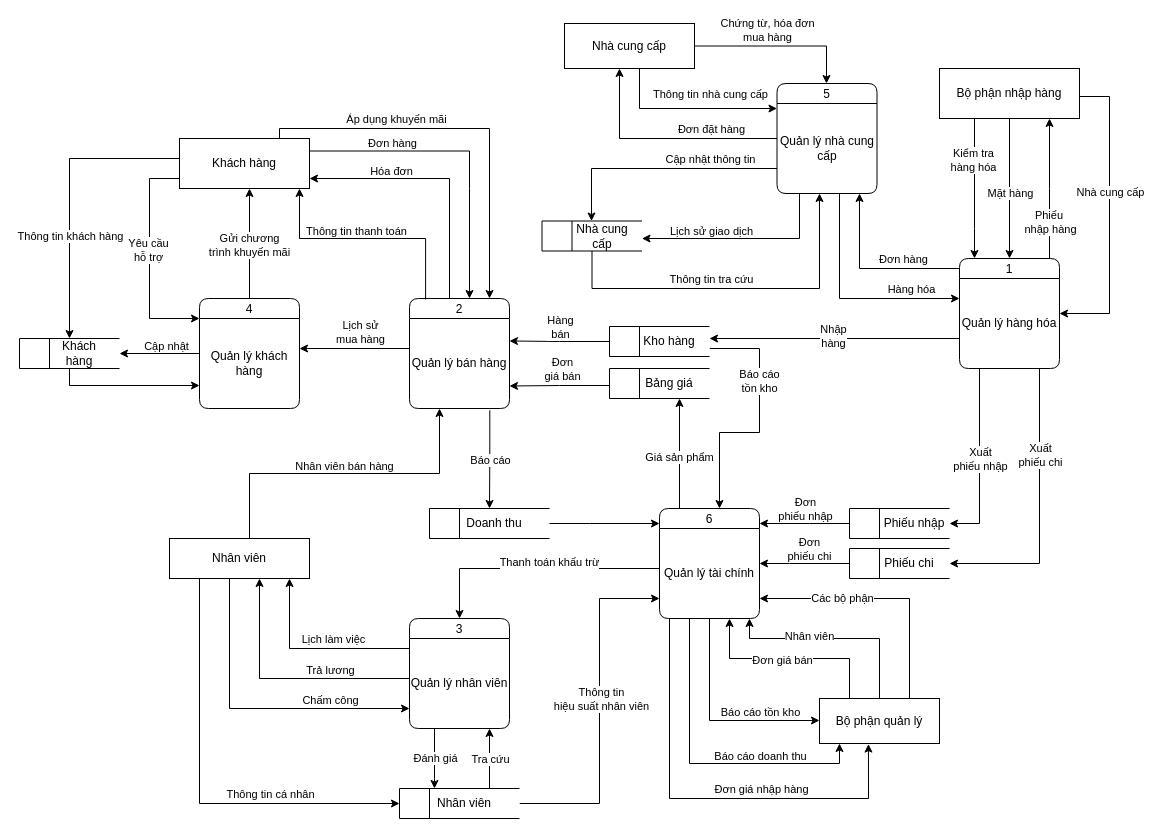
Earlier version of the draw.io diagram DFS dinh.drawio (DatLe328/Phan-tich-thiet-ke-he-thong). Source tidied: cells renumbered, new cells numbered last; positions are measured from the earlier drawing's top-left corner, leaving out a move shared by most shapes. Both pictures are drawn from the tidied source at 100%, with x=0, y=0 at pixel (19, 23).
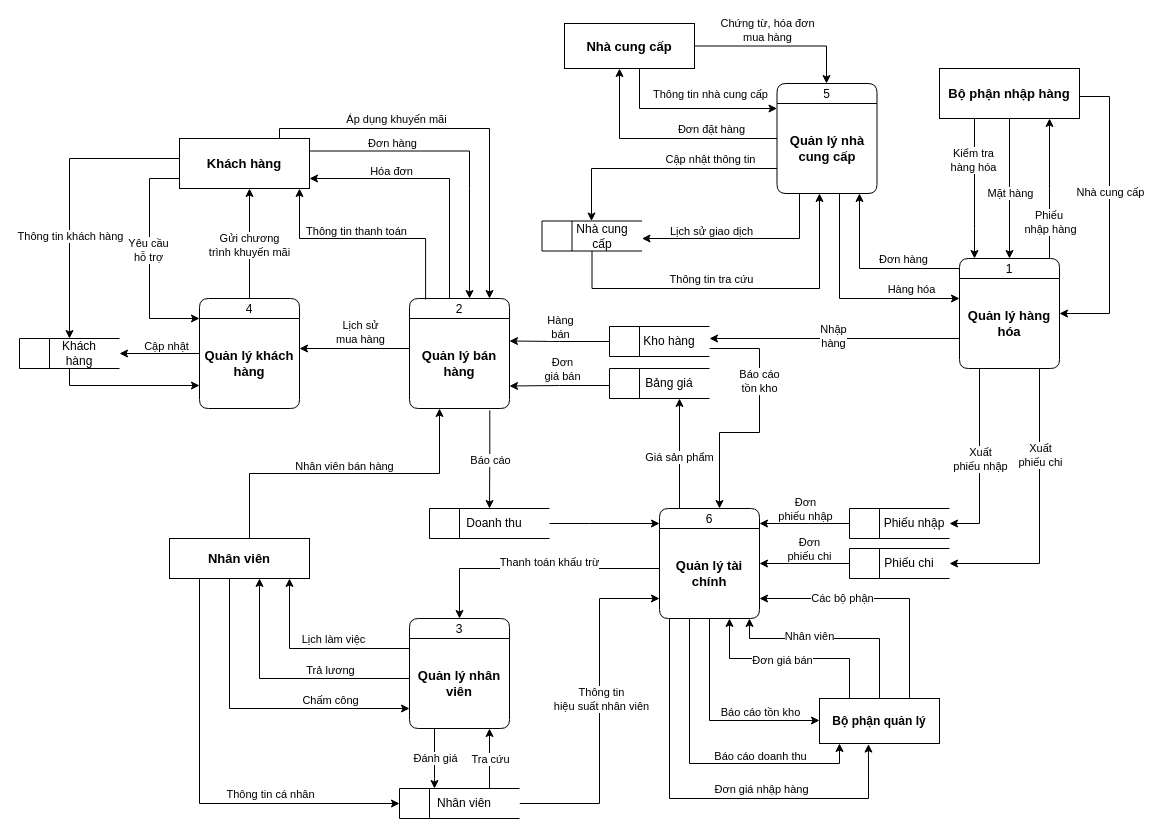
After the change.

Commit message:
Cập nhật DFS dinh.drawio

The change refers to these unchanged cells:
```xml
<mxCell id="2" value="1" style="swimlane;fontStyle=0;horizontal=1;startSize=20;fillColor=#ffffff;swimlaneFillColor=#ffffff;rounded=1;" parent="1" vertex="1">
  <mxGeometry x="940" y="235" width="100" height="110" as="geometry" />
</mxCell>
<mxCell id="6" value="2" style="swimlane;fontStyle=0;horizontal=1;startSize=20;fillColor=#ffffff;swimlaneFillColor=#ffffff;rounded=1;" parent="1" vertex="1">
  <mxGeometry x="390" y="275" width="100" height="110" as="geometry" />
</mxCell>
<mxCell id="8" value="6" style="swimlane;fontStyle=0;horizontal=1;startSize=20;fillColor=#ffffff;swimlaneFillColor=#ffffff;rounded=1;" parent="1" vertex="1">
  <mxGeometry x="640" y="485" width="100" height="110" as="geometry" />
</mxCell>
<mxCell id="12" value="5" style="swimlane;fontStyle=0;horizontal=1;startSize=20;fillColor=#ffffff;swimlaneFillColor=#ffffff;rounded=1;" parent="1" vertex="1">
  <mxGeometry x="757.5" y="60" width="100" height="110" as="geometry" />
</mxCell>
<mxCell id="18" value="4" style="swimlane;fontStyle=0;horizontal=1;startSize=20;fillColor=#ffffff;swimlaneFillColor=#ffffff;rounded=1;" parent="1" vertex="1">
  <mxGeometry x="180" y="275" width="100" height="110" as="geometry" />
</mxCell>
<mxCell id="20" value="3" style="swimlane;fontStyle=0;horizontal=1;startSize=20;fillColor=#ffffff;swimlaneFillColor=#ffffff;rounded=1;" parent="1" vertex="1">
  <mxGeometry x="390" y="595" width="100" height="110" as="geometry" />
</mxCell>
```

What changed in the source:
```diff
@@
-    <mxCell id="3" value="Quản lý hàng hóa" style="text;html=1;align=center;verticalAlign=middle;whiteSpace=wrap;rounded=1;" parent="2" vertex="1">
+    <mxCell id="3" value="&lt;b&gt;&lt;font style=&quot;font-size: 13px;&quot;&gt;Quản lý hàng hóa&lt;/font&gt;&lt;/b&gt;" style="text;html=1;align=center;verticalAlign=middle;whiteSpace=wrap;rounded=1;" parent="2" vertex="1">
       <mxGeometry y="20" width="100" height="90" as="geometry" />
     </mxCell>
@@
-    <mxCell id="7" value="Quản lý bán hàng" style="text;html=1;align=center;verticalAlign=middle;whiteSpace=wrap;rounded=1;" parent="6" vertex="1">
+    <mxCell id="7" value="&lt;b&gt;&lt;font style=&quot;font-size: 13px;&quot;&gt;Quản lý bán hàng&lt;/font&gt;&lt;/b&gt;" style="text;html=1;align=center;verticalAlign=middle;whiteSpace=wrap;rounded=1;" parent="6" vertex="1">
       <mxGeometry y="20" width="100" height="90" as="geometry" />
     </mxCell>
@@
-    <mxCell id="9" value="Quản lý tài chính" style="text;html=1;align=center;verticalAlign=middle;whiteSpace=wrap;rounded=1;" parent="8" vertex="1">
+    <mxCell id="9" value="&lt;b&gt;&lt;font style=&quot;font-size: 13px;&quot;&gt;Quản lý tài chính&lt;/font&gt;&lt;/b&gt;" style="text;html=1;align=center;verticalAlign=middle;whiteSpace=wrap;rounded=1;" parent="8" vertex="1">
       <mxGeometry y="20" width="100" height="90" as="geometry" />
     </mxCell>
@@
-    <mxCell id="13" value="Quản lý nhà cung cấp" style="text;html=1;align=center;verticalAlign=middle;whiteSpace=wrap;rounded=1;" parent="12" vertex="1">
+    <mxCell id="13" value="&lt;b&gt;&lt;font style=&quot;font-size: 13px;&quot;&gt;Quản lý nhà cung cấp&lt;/font&gt;&lt;/b&gt;" style="text;html=1;align=center;verticalAlign=middle;whiteSpace=wrap;rounded=1;" parent="12" vertex="1">
       <mxGeometry y="20" width="100" height="90" as="geometry" />
     </mxCell>
@@
-    <mxCell id="19" value="Quản lý khách hàng" style="text;html=1;align=center;verticalAlign=middle;whiteSpace=wrap;rounded=1;" parent="18" vertex="1">
+    <mxCell id="19" value="&lt;b&gt;&lt;font style=&quot;font-size: 13px;&quot;&gt;Quản lý khách hàng&lt;/font&gt;&lt;/b&gt;" style="text;html=1;align=center;verticalAlign=middle;whiteSpace=wrap;rounded=1;" parent="18" vertex="1">
       <mxGeometry y="20" width="100" height="90" as="geometry" />
     </mxCell>
@@
-    <mxCell id="21" value="Quản lý nhân viên" style="text;html=1;align=center;verticalAlign=middle;whiteSpace=wrap;rounded=1;" parent="20" vertex="1">
+    <mxCell id="21" value="&lt;b&gt;&lt;font style=&quot;font-size: 13px;&quot;&gt;Quản lý nhân viên&lt;/font&gt;&lt;/b&gt;" style="text;html=1;align=center;verticalAlign=middle;whiteSpace=wrap;rounded=1;" parent="20" vertex="1">
       <mxGeometry y="20" width="100" height="90" as="geometry" />
     </mxCell>
@@
-    <mxCell id="26" value="Khách hàng" style="rounded=0;whiteSpace=wrap;html=1;" parent="1" vertex="1">
+    <mxCell id="26" value="&lt;b&gt;&lt;font style=&quot;font-size: 13px;&quot;&gt;Khách hàng&lt;/font&gt;&lt;/b&gt;" style="rounded=0;whiteSpace=wrap;html=1;" parent="1" vertex="1">
       <mxGeometry x="160" y="115" width="130" height="50" as="geometry" />
     </mxCell>
@@
-    <mxCell id="40" value="Bộ phận nhập hàng" style="rounded=0;whiteSpace=wrap;html=1;" parent="1" vertex="1">
+    <mxCell id="40" value="&lt;b&gt;&lt;font style=&quot;font-size: 13px;&quot;&gt;Bộ phận nhập hàng&lt;/font&gt;&lt;/b&gt;" style="rounded=0;whiteSpace=wrap;html=1;" parent="1" vertex="1">
       <mxGeometry x="920" y="45" width="140" height="50" as="geometry" />
     </mxCell>
@@
-    <mxCell id="45" value="Nhà cung cấp" style="rounded=0;whiteSpace=wrap;html=1;" parent="1" vertex="1">
+    <mxCell id="45" value="&lt;b&gt;&lt;font style=&quot;font-size: 13px;&quot;&gt;Nhà cung cấp&lt;/font&gt;&lt;/b&gt;" style="rounded=0;whiteSpace=wrap;html=1;" parent="1" vertex="1">
       <mxGeometry x="545" width="130" height="45" as="geometry" />
     </mxCell>
@@
-    <mxCell id="85" value="Nhân viên" style="html=1;dashed=0;whiteSpace=wrap;" parent="1" vertex="1">
+    <mxCell id="85" value="&lt;font style=&quot;font-size: 13px;&quot;&gt;Nhân viên&lt;/font&gt;" style="html=1;dashed=0;whiteSpace=wrap;fontStyle=1;" parent="1" vertex="1">
       <mxGeometry x="150" y="515" width="140" height="40" as="geometry" />
     </mxCell>
@@
-    <mxCell id="104" value="Bộ phận quản lý" style="rounded=0;whiteSpace=wrap;html=1;" parent="1" vertex="1">
+    <mxCell id="104" value="&lt;b&gt;Bộ phận quản lý&lt;/b&gt;" style="rounded=0;whiteSpace=wrap;html=1;" parent="1" vertex="1">
       <mxGeometry x="800" y="675" width="120" height="45" as="geometry" />
     </mxCell>
```
